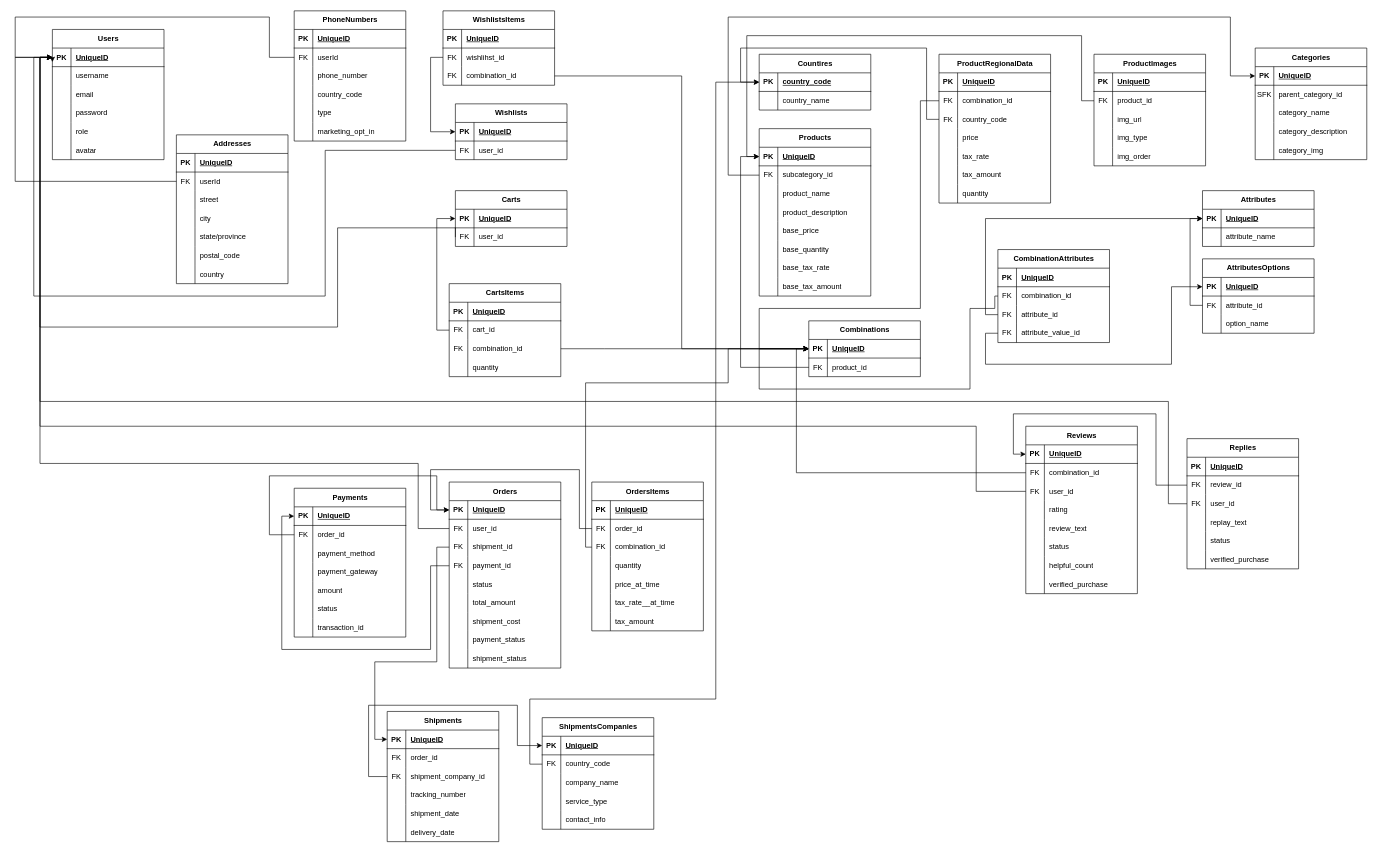
Above: server/docs/ERD (entity relationship diagram )/Ecommerce ERD.drawio in omar1Mayallo/Q-Commerce (draw.io), before the change. Source tidied: cells renumbered, new cells numbered last; positions are measured from the earlier drawing's top-left corner, leaving out a move shared by most shapes. Both pictures are drawn from the tidied source at 62%, with x=0, y=0 at pixel (15, 11).
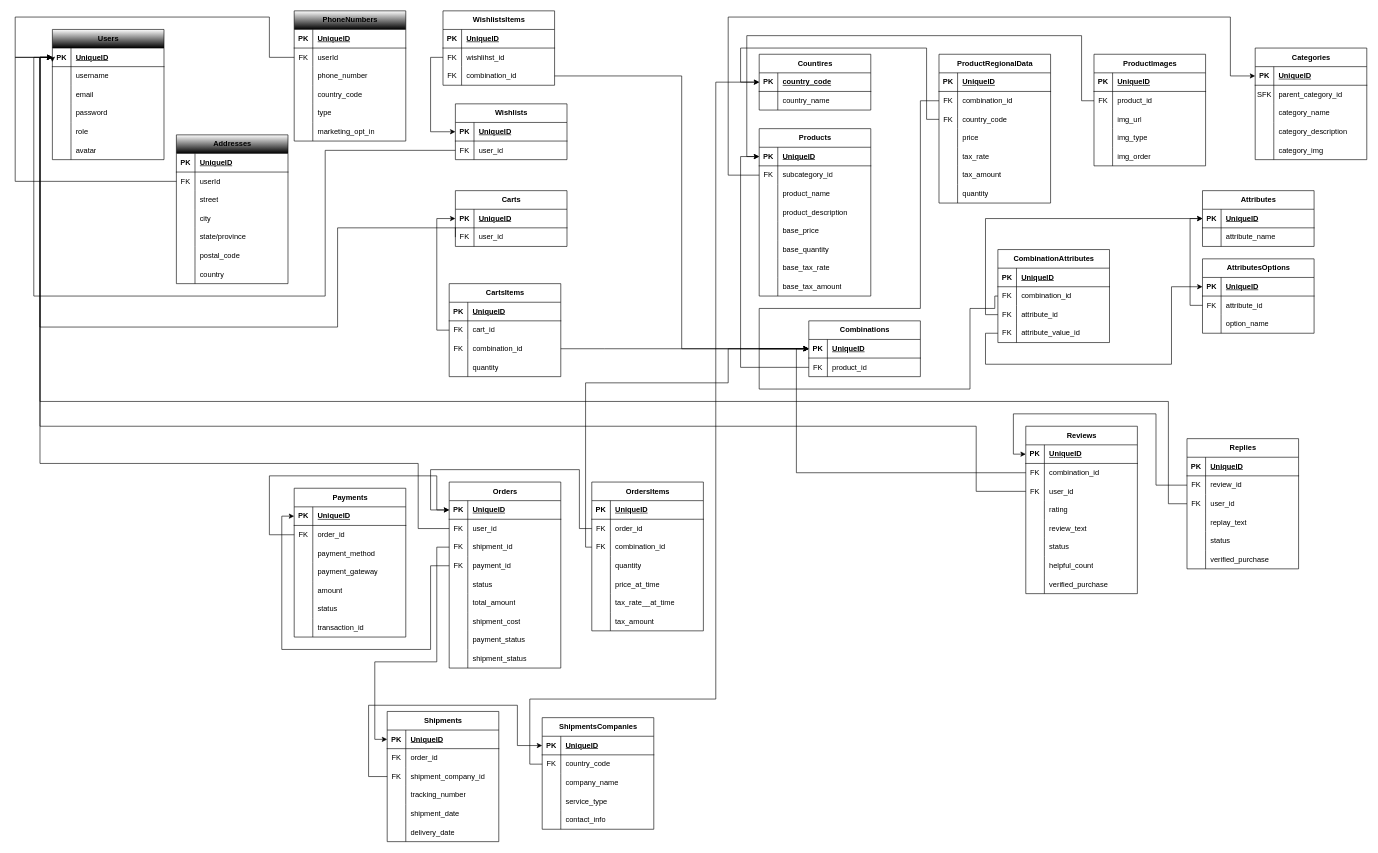
After the change.

The edit, as a diff of the source:
```diff
@@
-    <mxCell id="2" value="Users" style="shape=table;startSize=30;childLayout=tableLayout;rowLines=0;fontStyle=1;align=center;html=1;" parent="1" vertex="1">
+    <mxCell id="2" value="Users" style="shape=table;startSize=30;childLayout=tableLayout;rowLines=0;fontStyle=1;align=center;html=1;gradientColor=default;swimlaneFillColor=default;" parent="1" vertex="1">
       <mxGeometry x="60" y="30" width="180" height="210" as="geometry" />
     </mxCell>
@@
-    <mxCell id="21" value="Addresses" style="shape=table;startSize=30;childLayout=tableLayout;rowLines=0;fontStyle=1;align=center;html=1;" parent="1" vertex="1">
+    <mxCell id="21" value="Addresses" style="shape=table;startSize=30;childLayout=tableLayout;rowLines=0;fontStyle=1;align=center;html=1;gradientColor=default;swimlaneFillColor=default;" parent="1" vertex="1">
       <mxGeometry x="260" y="200" width="180" height="240" as="geometry" />
     </mxCell>
@@
-    <mxCell id="43" value="PhoneNumbers" style="shape=table;startSize=30;childLayout=tableLayout;rowLines=0;fontStyle=1;align=center;html=1;" parent="1" vertex="1">
+    <mxCell id="43" value="PhoneNumbers" style="shape=table;startSize=30;childLayout=tableLayout;rowLines=0;fontStyle=1;align=center;html=1;gradientColor=default;swimlaneFillColor=default;" parent="1" vertex="1">
       <mxGeometry x="450" width="180" height="210" as="geometry" />
     </mxCell>
```
